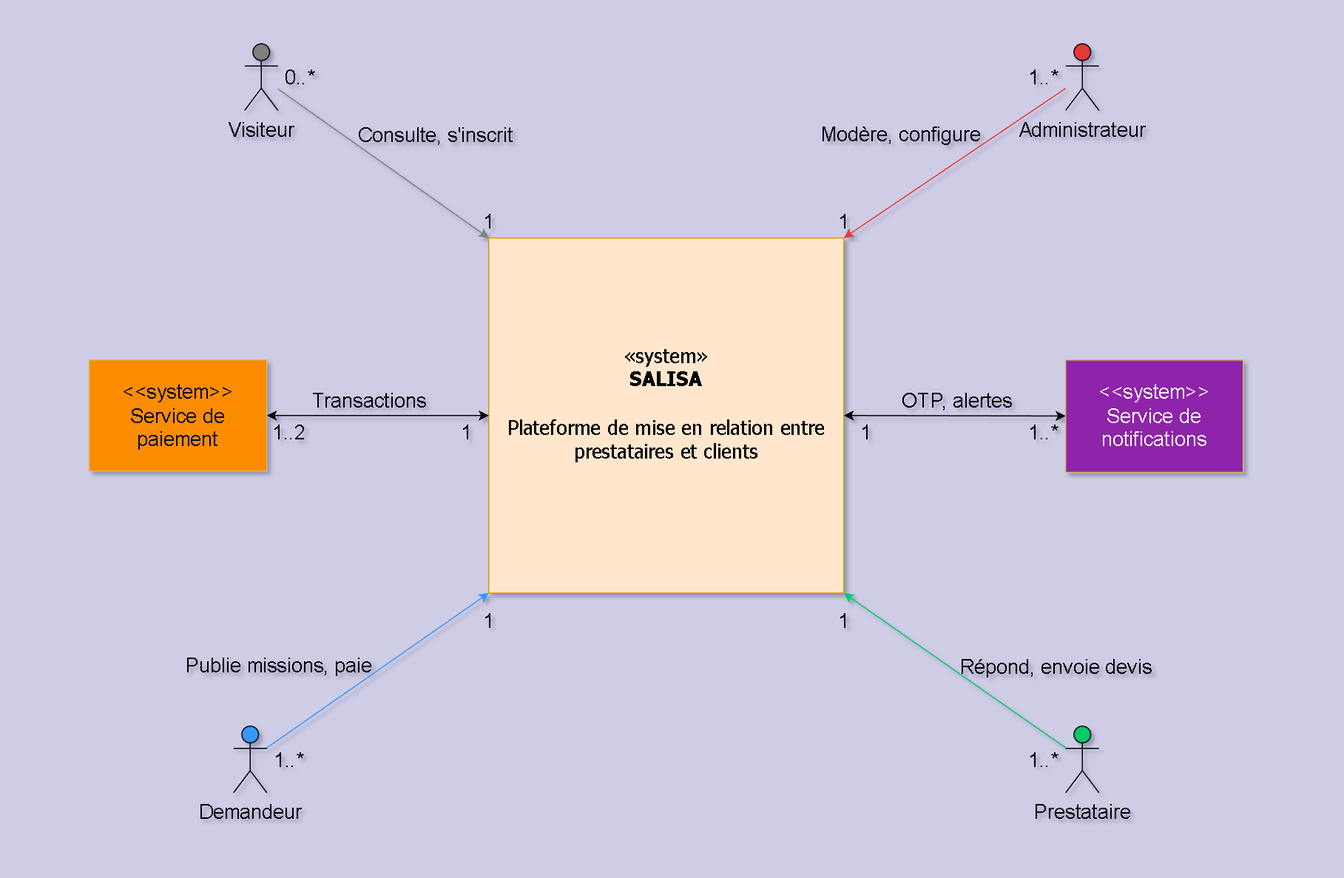
Earlier version of the draw.io export images/diagramme_contexte_statique.png (KazeHolloway/Projet_LaTex). Source tidied: cells renumbered, new cells last; positions are measured from the earlier drawing's top-left corner, leaving out a move shared by most shapes.
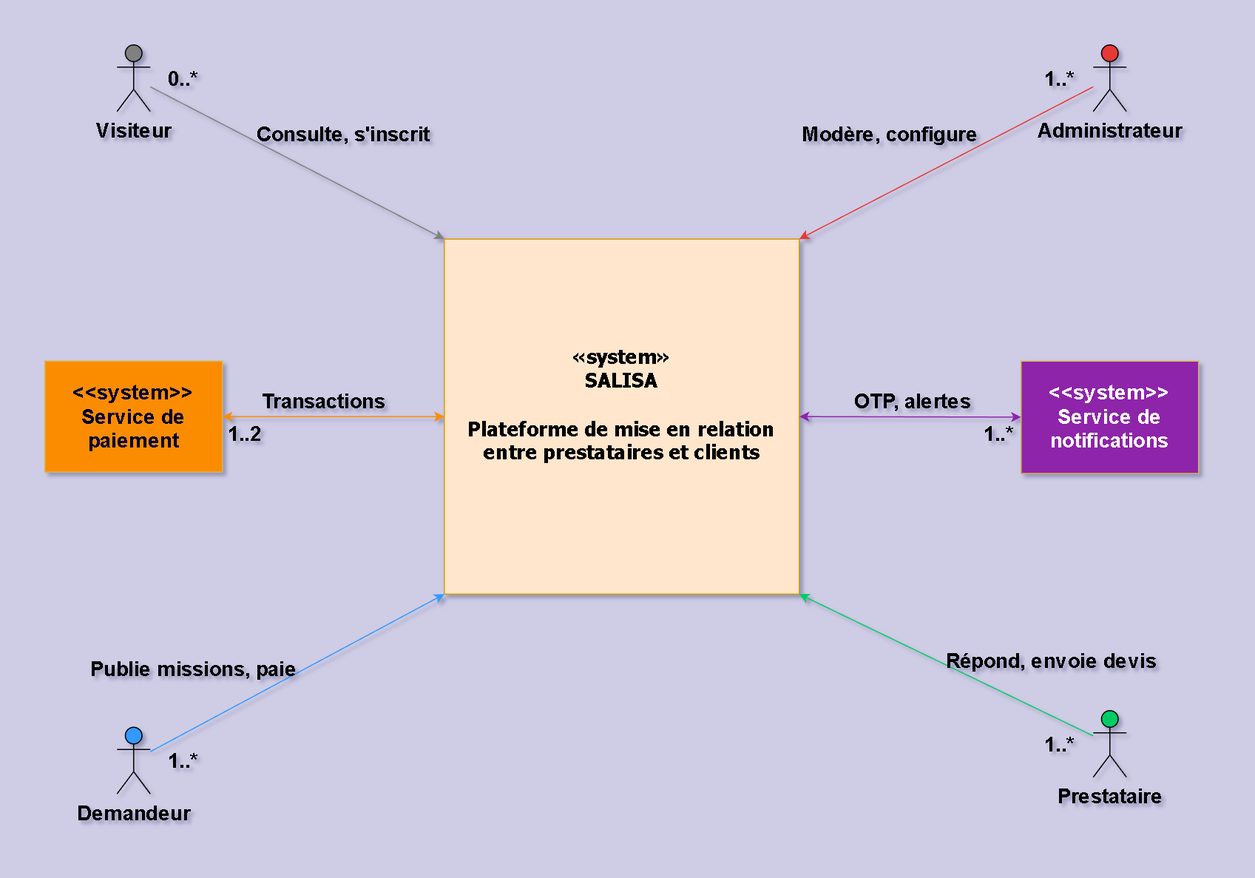
The same file after the commit.

The edit, as a diff of the source:
```diff
@@ -2,110 +2,92 @@
   <root>
     <mxCell id="0" />
     <mxCell id="1" parent="0" />
-    <mxCell id="2" value="«system»&lt;br&gt;&lt;b&gt;SALISA&lt;/b&gt;&lt;div&gt;&lt;b&gt;&lt;br&gt;&lt;/b&gt;&lt;/div&gt;&lt;div&gt;Plateforme de mise en relation entre prestataires et clients&lt;/div&gt;&lt;div&gt;&lt;br&gt;&lt;/div&gt;" style="html=1;whiteSpace=wrap;fillColor=#ffe6cc;strokeColor=#d79b00;gradientColor=none;fillStyle=solid;rounded=0;glass=0;shadow=0;labelBackgroundColor=none;fontColor=default;fontSize=18;fontFamily=Tahoma;verticalAlign=middle;" parent="1" vertex="1">
-      <mxGeometry x="360" y="175" width="320" height="320" as="geometry" />
+    <mxCell id="2" value="«system»&lt;br&gt;&lt;span&gt;SALISA&lt;/span&gt;&lt;div&gt;&lt;span&gt;&lt;br&gt;&lt;/span&gt;&lt;/div&gt;&lt;div&gt;Plateforme de mise en relation entre prestataires et clients&lt;/div&gt;&lt;div&gt;&lt;br&gt;&lt;/div&gt;" style="html=1;whiteSpace=wrap;fillColor=#ffe6cc;strokeColor=#d79b00;gradientColor=none;fillStyle=solid;rounded=0;glass=0;shadow=0;labelBackgroundColor=none;fontColor=default;fontSize=18;fontFamily=Tahoma;verticalAlign=middle;fontStyle=1;" parent="1" vertex="1">
+      <mxGeometry x="320" y="175" width="320" height="320" as="geometry" />
     </mxCell>
-    <mxCell id="3" value="Administrateur" style="shape=umlActor;html=1;verticalLabelPosition=bottom;verticalAlign=top;align=center;rounded=0;fillColor=#E53935;strokeColor=#000000;fontSize=18;" parent="1" vertex="1">
-      <mxGeometry x="880" width="30" height="60" as="geometry" />
+    <mxCell id="3" value="Administrateur" style="shape=umlActor;html=1;verticalLabelPosition=bottom;verticalAlign=top;align=center;rounded=0;fillColor=#E53935;strokeColor=#000000;fontSize=18;fontStyle=1;" parent="1" vertex="1">
+      <mxGeometry x="905" width="30" height="60" as="geometry" />
     </mxCell>
-    <mxCell id="4" value="Demandeur" style="shape=umlActor;html=1;verticalLabelPosition=bottom;verticalAlign=top;align=center;rounded=0;fillColor=#3399FF;strokeColor=#000000;fontSize=18;" parent="1" vertex="1">
-      <mxGeometry x="130" y="615" width="30" height="60" as="geometry" />
+    <mxCell id="4" value="Demandeur" style="shape=umlActor;html=1;verticalLabelPosition=bottom;verticalAlign=top;align=center;rounded=0;fillColor=#3399FF;strokeColor=#000000;fontSize=18;fontStyle=1;" parent="1" vertex="1">
+      <mxGeometry x="25" y="615" width="30" height="60" as="geometry" />
     </mxCell>
-    <mxCell id="5" value="Visiteur" style="shape=umlActor;html=1;verticalLabelPosition=bottom;verticalAlign=top;align=center;rounded=0;fillColor=#808080;strokeColor=#000000;fontSize=18;" parent="1" vertex="1">
-      <mxGeometry x="140" width="30" height="60" as="geometry" />
+    <mxCell id="5" value="Visiteur" style="shape=umlActor;html=1;verticalLabelPosition=bottom;verticalAlign=top;align=center;rounded=0;fillColor=#808080;strokeColor=#000000;fontSize=18;fontStyle=1;" parent="1" vertex="1">
+      <mxGeometry x="25" width="30" height="60" as="geometry" />
     </mxCell>
-    <mxCell id="6" value="Prestataire" style="shape=umlActor;html=1;verticalLabelPosition=bottom;verticalAlign=top;align=center;rounded=0;shadow=0;fillColor=#00CC66;strokeColor=#000000;fontSize=18;" parent="1" vertex="1">
-      <mxGeometry x="880" y="615" width="30" height="60" as="geometry" />
+    <mxCell id="6" value="Prestataire" style="shape=umlActor;html=1;verticalLabelPosition=bottom;verticalAlign=top;align=center;rounded=0;shadow=0;fillColor=#00CC66;strokeColor=#000000;fontSize=18;fontStyle=1;" parent="1" vertex="1">
+      <mxGeometry x="905" y="600" width="30" height="60" as="geometry" />
     </mxCell>
-    <mxCell id="7" style="rounded=0;jettySize=auto;html=1;entryX=0;entryY=0;entryDx=0;entryDy=0;fontSize=18;strokeColor=#808080;" parent="1" edge="1" source="5" target="2">
+    <mxCell id="7" style="rounded=0;jettySize=auto;html=1;entryX=0;entryY=0;entryDx=0;entryDy=0;fontSize=18;strokeColor=#808080;fontStyle=1;" parent="1" edge="1" source="5" target="2">
       <mxGeometry relative="1" as="geometry" />
     </mxCell>
-    <mxCell id="8" value="Consulte, s'inscrit" style="edgeLabel;html=1;align=center;verticalAlign=middle;labelBackgroundColor=none;fontSize=18;textShadow=0;" parent="7" vertex="1">
+    <mxCell id="8" value="Consulte, s'inscrit" style="edgeLabel;html=1;align=center;verticalAlign=middle;labelBackgroundColor=none;fontSize=18;textShadow=0;fontStyle=1;" parent="7" vertex="1">
       <mxGeometry x="-0.13" y="-2" relative="1" as="geometry">
         <mxPoint x="59" y="-20" as="offset" />
       </mxGeometry>
     </mxCell>
-    <mxCell id="9" style="rounded=0;jettySize=auto;html=1;entryX=0;entryY=1;entryDx=0;entryDy=0;fontSize=18;strokeColor=#3399FF;" parent="1" edge="1" source="4" target="2">
+    <mxCell id="9" style="rounded=0;jettySize=auto;html=1;entryX=0;entryY=1;entryDx=0;entryDy=0;fontSize=18;strokeColor=#3399FF;fontStyle=1;" parent="1" edge="1" source="4" target="2">
       <mxGeometry relative="1" as="geometry" />
     </mxCell>
-    <mxCell id="10" value="Publie missions, paie" style="edgeLabel;html=1;align=center;verticalAlign=middle;fontSize=18;labelBackgroundColor=none;labelBorderColor=none;" parent="9" vertex="1">
+    <mxCell id="10" value="Publie missions, paie" style="edgeLabel;html=1;align=center;verticalAlign=middle;fontSize=18;labelBackgroundColor=none;labelBorderColor=none;fontStyle=1;" parent="9" vertex="1">
       <mxGeometry x="-0.12" y="3" relative="1" as="geometry">
         <mxPoint x="-76" y="-11" as="offset" />
       </mxGeometry>
     </mxCell>
-    <mxCell id="11" style="rounded=0;jettySize=auto;html=1;entryX=1;entryY=1;entryDx=0;entryDy=0;fontSize=18;fillColor=#00CC66;strokeColor=#00CC66;" parent="1" edge="1" source="6" target="2">
+    <mxCell id="11" style="rounded=0;jettySize=auto;html=1;entryX=1;entryY=1;entryDx=0;entryDy=0;fontSize=18;fillColor=#00CC66;strokeColor=#00CC66;fontStyle=1;" parent="1" edge="1" source="6" target="2">
       <mxGeometry relative="1" as="geometry" />
     </mxCell>
-    <mxCell id="12" value="Répond, envoie devis" style="edgeLabel;html=1;align=center;verticalAlign=middle;labelBackgroundColor=none;fontSize=18;" parent="11" vertex="1">
+    <mxCell id="12" value="Répond, envoie devis" style="edgeLabel;html=1;align=center;verticalAlign=middle;labelBackgroundColor=none;fontSize=18;fontStyle=1;" parent="11" vertex="1">
       <mxGeometry x="-0.1" y="-1" relative="1" as="geometry">
         <mxPoint x="79" y="-11" as="offset" />
       </mxGeometry>
     </mxCell>
-    <mxCell id="13" style="rounded=0;jettySize=auto;html=1;entryX=1;entryY=0;entryDx=0;entryDy=0;fontSize=18;strokeColor=#E53935;" parent="1" edge="1" source="3" target="2">
+    <mxCell id="13" style="rounded=0;jettySize=auto;html=1;entryX=1;entryY=0;entryDx=0;entryDy=0;fontSize=18;strokeColor=#E53935;fontStyle=1;" parent="1" edge="1" source="3" target="2">
       <mxGeometry relative="1" as="geometry" />
     </mxCell>
-    <mxCell id="14" value="Modère, configure" style="edgeLabel;html=1;align=center;verticalAlign=middle;fontSize=18;fontColor=default;labelBackgroundColor=none;" parent="13" vertex="1">
+    <mxCell id="14" value="Modère, configure" style="edgeLabel;html=1;align=center;verticalAlign=middle;fontSize=18;fontColor=default;labelBackgroundColor=none;fontStyle=1;" parent="13" vertex="1">
       <mxGeometry x="0.02" y="-2" relative="1" as="geometry">
         <mxPoint x="-47" y="-27" as="offset" />
       </mxGeometry>
     </mxCell>
-    <mxCell id="15" value="&lt;p&gt;&amp;lt;&amp;lt;system&amp;gt;&amp;gt;&lt;br&gt;Service de paiement&lt;/p&gt;" style="shape=rect;html=1;overflow=fill;whiteSpace=wrap;align=center;fillColor=#FB8C00;strokeColor=#d6b656;fontSize=18;fontColor=#000033;" parent="1" vertex="1">
-      <mxGeometry y="285" width="160" height="100" as="geometry" />
+    <mxCell id="15" value="&lt;p&gt;&amp;lt;&amp;lt;system&amp;gt;&amp;gt;&lt;br&gt;Service de paiement&lt;/p&gt;" style="shape=rect;html=1;overflow=fill;whiteSpace=wrap;align=center;fillColor=#FB8C00;strokeColor=#d6b656;fontSize=18;fontColor=#000033;fontStyle=1;" parent="1" vertex="1">
+      <mxGeometry x="-40" y="285" width="160" height="100" as="geometry" />
     </mxCell>
-    <mxCell id="16" value="&lt;p&gt;&amp;lt;&amp;lt;system&amp;gt;&amp;gt;&lt;br&gt;Service de notifications&lt;/p&gt;" style="shape=rect;html=1;overflow=fill;whiteSpace=wrap;align=center;fillColor=#8E24AA;strokeColor=#d6b656;fontSize=18;verticalAlign=top;fontColor=#FFFFFF;" parent="1" vertex="1">
-      <mxGeometry x="880" y="285" width="160" height="101.2" as="geometry" />
+    <mxCell id="16" value="&lt;p&gt;&amp;lt;&amp;lt;system&amp;gt;&amp;gt;&lt;br&gt;Service de notifications&lt;/p&gt;" style="shape=rect;html=1;overflow=fill;whiteSpace=wrap;align=center;fillColor=#8E24AA;strokeColor=#d6b656;fontSize=18;verticalAlign=top;fontColor=#FFFFFF;fontStyle=1;" parent="1" vertex="1">
+      <mxGeometry x="840" y="285" width="160" height="101.2" as="geometry" />
     </mxCell>
-    <mxCell id="17" style="rounded=0;jettySize=auto;html=1;entryX=0;entryY=0.5;entryDx=0;entryDy=0;startArrow=classic;startFill=1;endArrow=classic;endFill=1;exitX=1;exitY=0.5;exitDx=0;exitDy=0;fontSize=18;" parent="1" edge="1" source="15" target="2">
+    <mxCell id="17" style="rounded=0;jettySize=auto;html=1;entryX=0;entryY=0.5;entryDx=0;entryDy=0;startArrow=classic;startFill=1;endArrow=classic;endFill=1;exitX=1;exitY=0.5;exitDx=0;exitDy=0;fontSize=18;strokeColor=#FB8C00;fontStyle=1;" parent="1" edge="1" source="15" target="2">
       <mxGeometry relative="1" as="geometry" />
     </mxCell>
-    <mxCell id="18" value="Transactions" style="edgeLabel;html=1;align=center;verticalAlign=middle;fontSize=18;labelBackgroundColor=none;" parent="17" vertex="1">
+    <mxCell id="18" value="Transactions" style="edgeLabel;html=1;align=center;verticalAlign=middle;fontSize=18;labelBackgroundColor=none;fontStyle=1;" parent="17" vertex="1">
       <mxGeometry x="-0.07" y="-1" relative="1" as="geometry">
         <mxPoint x="-3" y="-16" as="offset" />
       </mxGeometry>
     </mxCell>
-    <mxCell id="19" style="rounded=0;jettySize=auto;html=1;entryX=1;entryY=0.5;entryDx=0;entryDy=0;startArrow=classic;startFill=1;endArrow=classic;endFill=1;fontSize=18;" parent="1" edge="1" source="16" target="2">
+    <mxCell id="19" style="rounded=0;jettySize=auto;html=1;entryX=1;entryY=0.5;entryDx=0;entryDy=0;startArrow=classic;startFill=1;endArrow=classic;endFill=1;fontSize=18;strokeColor=#8E24AA;fontStyle=1;" parent="1" edge="1" source="16" target="2">
       <mxGeometry relative="1" as="geometry" />
     </mxCell>
-    <mxCell id="20" value="OTP, alertes" style="edgeLabel;html=1;align=center;verticalAlign=middle;labelBackgroundColor=none;fontSize=18;" parent="19" vertex="1">
+    <mxCell id="20" value="OTP, alertes" style="edgeLabel;html=1;align=center;verticalAlign=middle;labelBackgroundColor=none;fontSize=18;fontStyle=1;" parent="19" vertex="1">
       <mxGeometry x="-0.05" y="1" relative="1" as="geometry">
         <mxPoint x="-3" y="-16" as="offset" />
       </mxGeometry>
     </mxCell>
-    <mxCell id="21" value="&lt;font&gt;0..*&lt;/font&gt;" style="text;html=1;whiteSpace=wrap;strokeColor=none;fillColor=none;align=center;verticalAlign=middle;rounded=0;fontSize=18;" parent="1" vertex="1">
-      <mxGeometry x="160" y="15" width="60" height="30" as="geometry" />
+    <mxCell id="21" value="&lt;font&gt;0..*&lt;/font&gt;" style="text;html=1;whiteSpace=wrap;strokeColor=none;fillColor=none;align=center;verticalAlign=middle;rounded=0;fontSize=18;fontStyle=1;" parent="1" vertex="1">
+      <mxGeometry x="55" y="15" width="60" height="30" as="geometry" />
     </mxCell>
-    <mxCell id="22" value="&lt;font&gt;1..*&lt;/font&gt;" style="text;html=1;whiteSpace=wrap;strokeColor=none;fillColor=none;align=center;verticalAlign=middle;rounded=0;fontSize=18;" parent="1" vertex="1">
-      <mxGeometry x="830" y="15" width="60" height="30" as="geometry" />
+    <mxCell id="22" value="&lt;font&gt;1..*&lt;/font&gt;" style="text;html=1;whiteSpace=wrap;strokeColor=none;fillColor=none;align=center;verticalAlign=middle;rounded=0;fontSize=18;fontStyle=1;" parent="1" vertex="1">
+      <mxGeometry x="845" y="15" width="60" height="30" as="geometry" />
     </mxCell>
-    <mxCell id="23" value="&lt;font&gt;1..*&lt;/font&gt;" style="text;html=1;whiteSpace=wrap;strokeColor=none;fillColor=none;align=center;verticalAlign=middle;rounded=0;fontSize=18;" parent="1" vertex="1">
-      <mxGeometry x="830" y="335" width="60" height="30" as="geometry" />
+    <mxCell id="23" value="&lt;font&gt;1..*&lt;/font&gt;" style="text;html=1;whiteSpace=wrap;strokeColor=none;fillColor=none;align=center;verticalAlign=middle;rounded=0;fontSize=18;fontStyle=1;" parent="1" vertex="1">
+      <mxGeometry x="790" y="335" width="60" height="30" as="geometry" />
     </mxCell>
-    <mxCell id="24" value="&lt;font&gt;1..*&lt;/font&gt;" style="text;html=1;whiteSpace=wrap;strokeColor=none;fillColor=none;align=center;verticalAlign=middle;rounded=0;fontSize=18;" parent="1" vertex="1">
-      <mxGeometry x="150" y="630" width="60" height="30" as="geometry" />
+    <mxCell id="24" value="&lt;font&gt;1..*&lt;/font&gt;" style="text;html=1;whiteSpace=wrap;strokeColor=none;fillColor=none;align=center;verticalAlign=middle;rounded=0;fontSize=18;fontStyle=1;" parent="1" vertex="1">
+      <mxGeometry x="55" y="630" width="60" height="30" as="geometry" />
     </mxCell>
-    <mxCell id="25" value="&lt;font&gt;1..*&lt;/font&gt;" style="text;html=1;whiteSpace=wrap;strokeColor=none;fillColor=none;align=center;verticalAlign=middle;rounded=0;fontSize=18;" parent="1" vertex="1">
-      <mxGeometry x="830" y="630" width="60" height="30" as="geometry" />
+    <mxCell id="25" value="&lt;font&gt;1..*&lt;/font&gt;" style="text;html=1;whiteSpace=wrap;strokeColor=none;fillColor=none;align=center;verticalAlign=middle;rounded=0;fontSize=18;fontStyle=1;" parent="1" vertex="1">
+      <mxGeometry x="845" y="615" width="60" height="30" as="geometry" />
     </mxCell>
-    <mxCell id="26" value="&lt;font&gt;1..2&lt;/font&gt;" style="text;html=1;whiteSpace=wrap;strokeColor=none;fillColor=none;align=center;verticalAlign=middle;rounded=0;fontSize=18;" parent="1" vertex="1">
-      <mxGeometry x="150" y="335" width="60" height="30" as="geometry" />
+    <mxCell id="26" value="&lt;font&gt;1..2&lt;/font&gt;" style="text;html=1;whiteSpace=wrap;strokeColor=none;fillColor=none;align=center;verticalAlign=middle;rounded=0;fontSize=18;fontStyle=1;" parent="1" vertex="1">
+      <mxGeometry x="110" y="335" width="60" height="30" as="geometry" />
     </mxCell>
-    <mxCell id="27" value="&lt;font&gt;1&lt;/font&gt;" style="text;html=1;whiteSpace=wrap;strokeColor=none;fillColor=none;align=center;verticalAlign=middle;rounded=0;fontSize=18;" parent="1" vertex="1">
-      <mxGeometry x="650" y="145" width="60" height="30" as="geometry" />
-    </mxCell>
-    <mxCell id="28" value="&lt;font&gt;1&lt;/font&gt;" style="text;html=1;whiteSpace=wrap;strokeColor=none;fillColor=none;align=center;verticalAlign=middle;rounded=0;fontSize=18;" parent="1" vertex="1">
-      <mxGeometry x="330" y="145" width="60" height="30" as="geometry" />
-    </mxCell>
-    <mxCell id="29" value="&lt;font&gt;1&lt;/font&gt;" style="text;html=1;whiteSpace=wrap;strokeColor=none;fillColor=none;align=center;verticalAlign=middle;rounded=0;fontSize=18;" parent="1" vertex="1">
-      <mxGeometry x="330" y="505" width="60" height="30" as="geometry" />
-    </mxCell>
-    <mxCell id="30" value="&lt;font&gt;1&lt;/font&gt;" style="text;html=1;whiteSpace=wrap;strokeColor=none;fillColor=none;align=center;verticalAlign=middle;rounded=0;fontSize=18;" parent="1" vertex="1">
-      <mxGeometry x="650" y="505" width="60" height="30" as="geometry" />
-    </mxCell>
-    <mxCell id="31" value="&lt;font&gt;1&lt;/font&gt;" style="text;html=1;whiteSpace=wrap;strokeColor=none;fillColor=none;align=center;verticalAlign=middle;rounded=0;fontSize=18;" parent="1" vertex="1">
-      <mxGeometry x="310" y="335" width="60" height="30" as="geometry" />
-    </mxCell>
-    <mxCell id="32" value="&lt;font&gt;1&lt;/font&gt;" style="text;html=1;whiteSpace=wrap;strokeColor=none;fillColor=none;align=center;verticalAlign=middle;rounded=0;fontSize=18;" parent="1" vertex="1">
-      <mxGeometry x="670" y="335" width="60" height="30" as="geometry" />
-    </mxCell>
   </root>
 </mxGraphModel>
```
